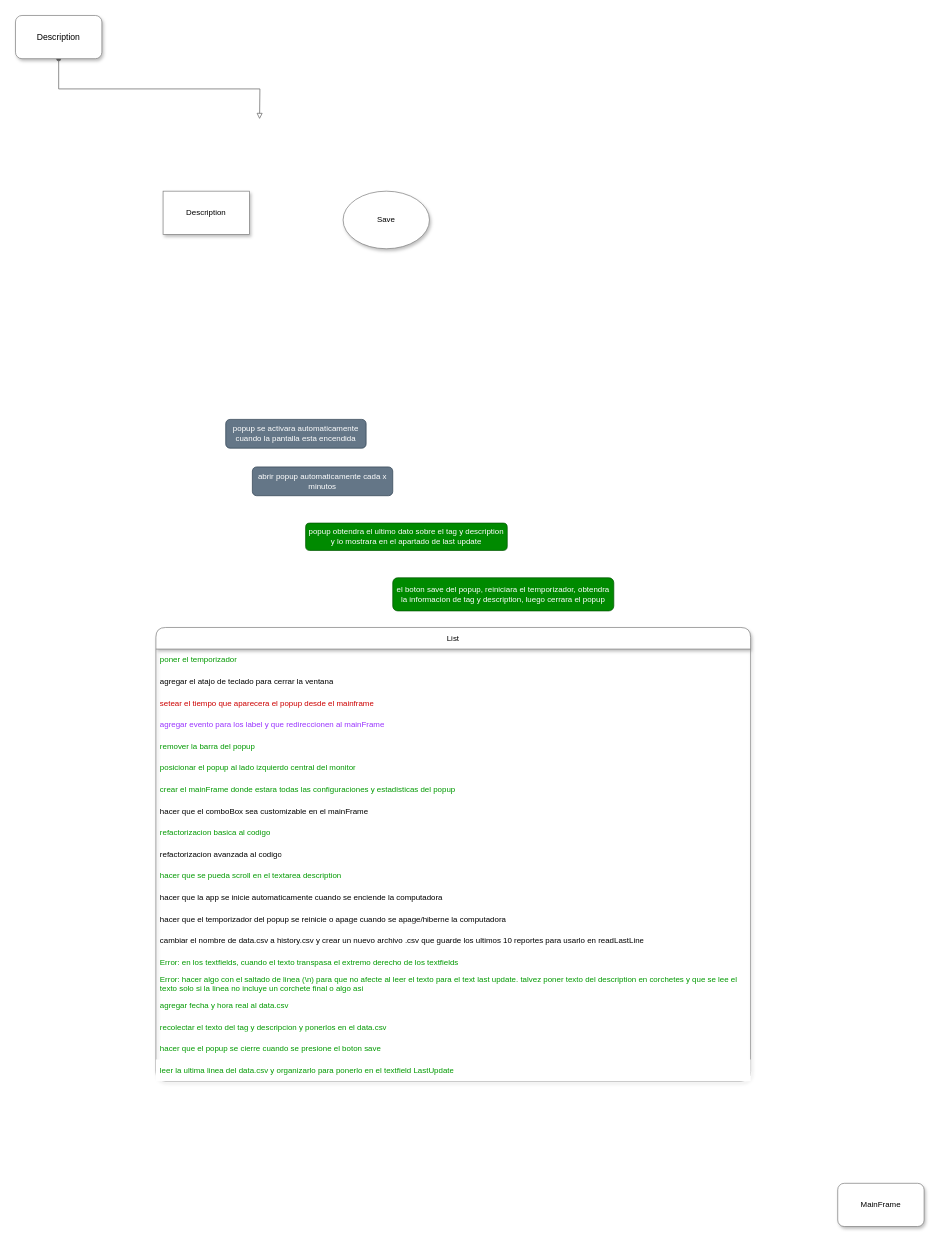
Earlier version of the draw.io diagram page "Page-1" (2 of 2) of Track your time diagram.drawio (GutengMorgen/Track-your-time). Source tidied: cells renumbered, new cells numbered last; positions are measured from the earlier drawing's top-left corner, leaving out a move shared by most shapes. Both pictures are drawn from the tidied source at 72%, with x=0, y=0 at pixel (15, 15).
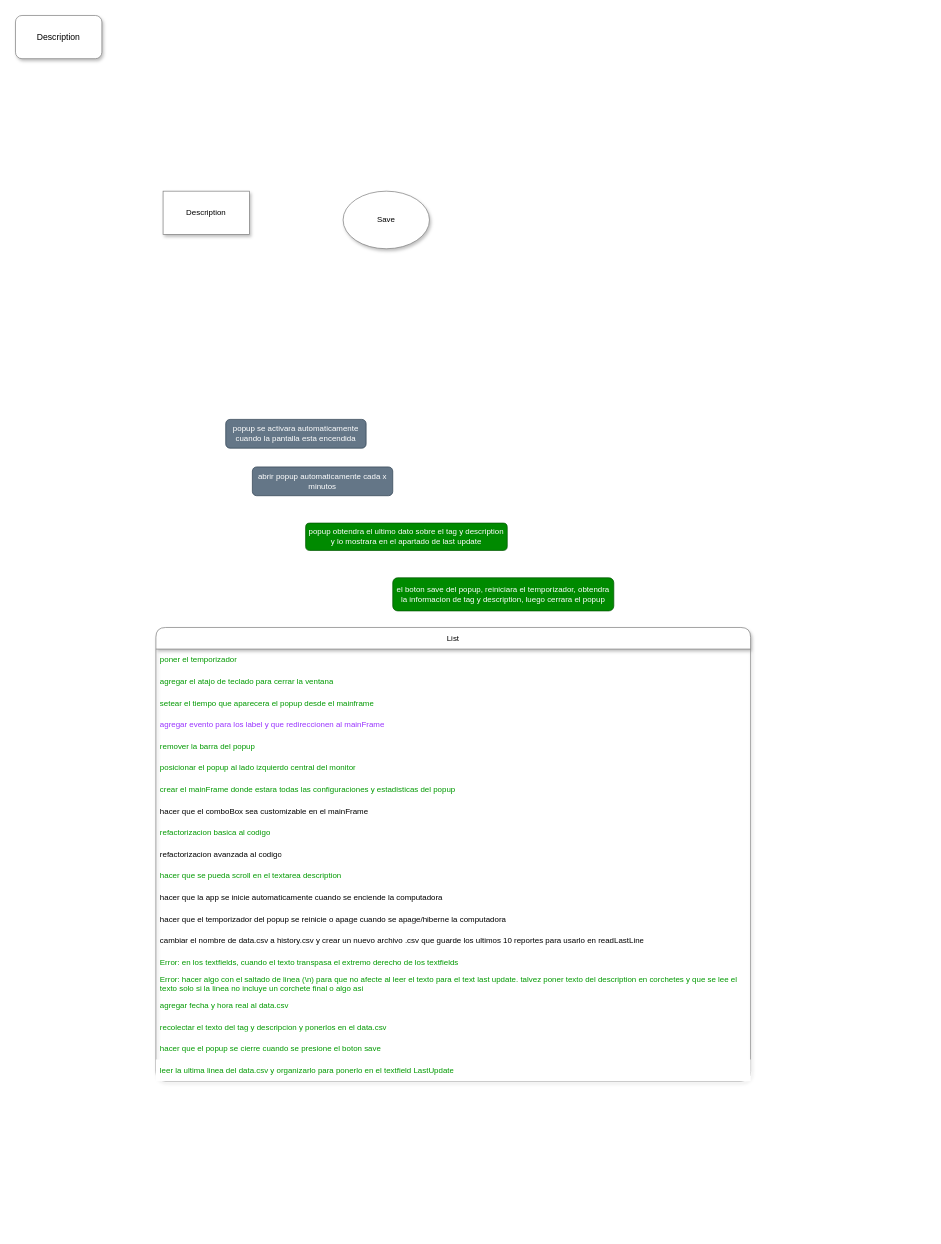
The same page after the edit.

The change refers to these unchanged cells:
```xml
<mxCell id="3" value="Description" style="rounded=1;whiteSpace=wrap;html=1;strokeColor=#808080;shadow=1;" parent="1" vertex="1">
  <mxGeometry width="120" height="60" as="geometry" />
</mxCell>
<mxCell id="10" value="List" style="swimlane;fontStyle=0;horizontal=1;startSize=30;whiteSpace=wrap;html=1;rounded=1;shadow=1;strokeColor=#808080;fontFamily=Helvetica;fontSize=11;fontColor=default;fillColor=default;" parent="1" vertex="1">
  <mxGeometry x="195" y="850" width="826" height="630" as="geometry" />
</mxCell>
```

What changed in the source:
```diff
@@
-    <mxCell id="2" style="edgeStyle=orthogonalEdgeStyle;rounded=0;jettySize=auto;html=1;exitX=0.5;exitY=1;exitDx=0;exitDy=0;strokeColor=#666666;startArrow=oval;startFill=1;endArrow=block;endFill=0;" parent="1" edge="1" source="3">
-      <mxGeometry relative="1" as="geometry">
-        <mxPoint x="339" y="144" as="targetPoint" />
-      </mxGeometry>
-    </mxCell>
@@
-    <mxCell id="12" value="agregar el atajo de teclado para cerrar la ventana" style="text;strokeColor=none;fillColor=none;align=left;verticalAlign=middle;spacingLeft=4;spacingRight=4;overflow=hidden;whiteSpace=wrap;html=1;fontSize=11;fontFamily=Helvetica;fontColor=default;" parent="10" vertex="1">
+    <mxCell id="12" value="agregar el atajo de teclado para cerrar la ventana" style="text;strokeColor=none;fillColor=none;align=left;verticalAlign=middle;spacingLeft=4;spacingRight=4;overflow=hidden;whiteSpace=wrap;html=1;fontSize=11;fontFamily=Helvetica;fontColor=#009900;" parent="10" vertex="1">
       <mxGeometry y="60" width="826" height="30" as="geometry" />
     </mxCell>
-    <mxCell id="13" value="setear el tiempo que aparecera el popup desde el mainframe" style="text;strokeColor=none;fillColor=none;align=left;verticalAlign=middle;spacingLeft=4;spacingRight=4;overflow=hidden;whiteSpace=wrap;html=1;fontSize=11;fontFamily=Helvetica;fontColor=#CC0000;" parent="10" vertex="1">
+    <mxCell id="13" value="setear el tiempo que aparecera el popup desde el mainframe" style="text;strokeColor=none;fillColor=none;align=left;verticalAlign=middle;spacingLeft=4;spacingRight=4;overflow=hidden;whiteSpace=wrap;html=1;fontSize=11;fontFamily=Helvetica;fontColor=#009900;" parent="10" vertex="1">
       <mxGeometry y="90" width="826" height="30" as="geometry" />
     </mxCell>
@@
-    <mxCell id="31" value="MainFrame" style="whiteSpace=wrap;html=1;rounded=1;shadow=1;strokeColor=#808080;fontFamily=Helvetica;fontSize=11;fontColor=default;fillColor=default;" parent="1" vertex="1">
-      <mxGeometry x="1142" y="1622" width="120" height="60" as="geometry" />
-    </mxCell>
```
